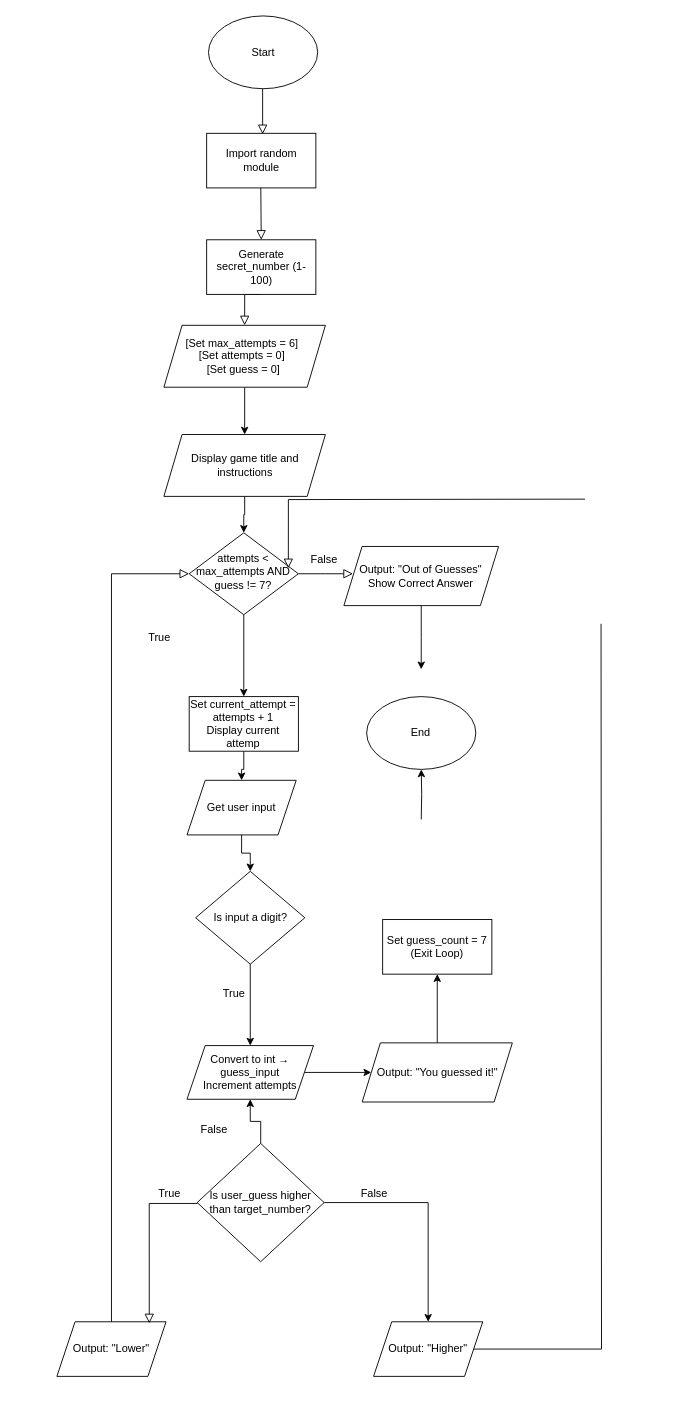
This is Untitled Diagram.drawio from Ali1005772/-ICS3U_S2, a draw.io file, before an edit. Source tidied: cells renumbered, new cells numbered last; positions are measured from the earlier drawing's top-left corner, leaving out a move shared by most shapes. Both pictures are drawn from the tidied source at 91%, with x=0, y=0 at pixel (56, 15).
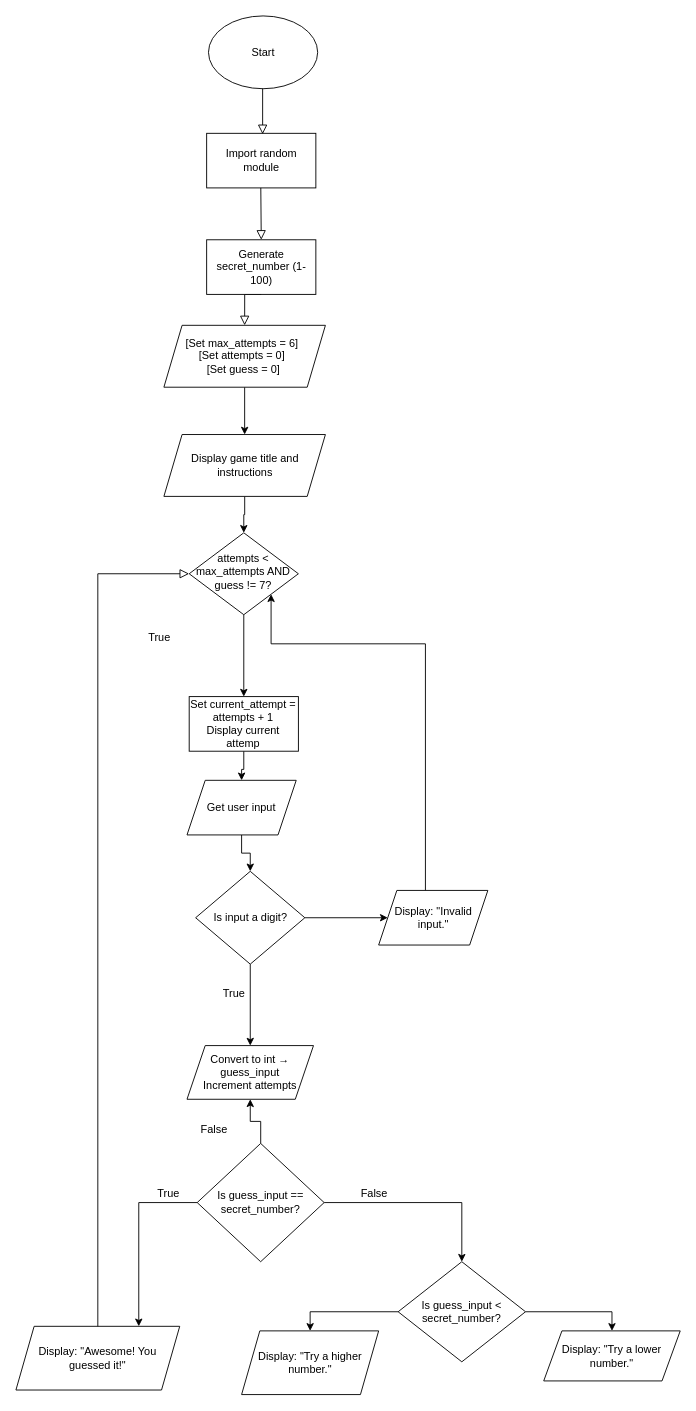
The same page after the edit.

The change refers to these unchanged cells:
```xml
<mxCell id="7" value="attempts &amp;lt; max_attempts AND guess != 7?" style="rhombus;whiteSpace=wrap;html=1;shadow=0;fontFamily=Helvetica;fontSize=12;align=center;strokeWidth=1;spacing=6;spacingTop=-4;" parent="1" vertex="1">
  <mxGeometry x="145.4" y="568" width="120" height="90" as="geometry" />
</mxCell>
<mxCell id="42" value="Is input a digit?" style="rhombus;whiteSpace=wrap;html=1;" parent="1" vertex="1">
  <mxGeometry x="152.5" y="940" width="120" height="102" as="geometry" />
</mxCell>
<mxCell id="44" value="Convert to int → guess_input&lt;div&gt;Increment attempts&lt;/div&gt;" style="shape=parallelogram;perimeter=parallelogramPerimeter;whiteSpace=wrap;html=1;fixedSize=1;" parent="1" vertex="1">
  <mxGeometry x="143" y="1131.5" width="139" height="59" as="geometry" />
</mxCell>
```

The edit, as a diff of the source:
```diff
@@
-    <mxCell id="8" style="rounded=0;html=1;jettySize=auto;fontSize=11;endArrow=block;endFill=0;endSize=8;strokeWidth=1;shadow=0;labelBackgroundColor=none;edgeStyle=orthogonalEdgeStyle;exitX=1;exitY=0.5;exitDx=0;exitDy=0;" parent="1" edge="1" source="7">
-      <mxGeometry relative="1" as="geometry">
-        <mxPoint x="325.4" y="613" as="targetPoint" />
-      </mxGeometry>
-    </mxCell>
-    <mxCell id="9" style="edgeStyle=orthogonalEdgeStyle;rounded=0;jettySize=auto;html=1;entryX=0.5;entryY=0;entryDx=0;entryDy=0;" parent="1" edge="1" source="10">
-      <mxGeometry relative="1" as="geometry">
-        <mxPoint x="400.4" y="718" as="targetPoint" />
-      </mxGeometry>
-    </mxCell>
-    <mxCell id="10" value="Output: &quot;Out of Guesses&quot;&lt;div&gt;Show Correct Answer&lt;/div&gt;" style="shape=parallelogram;perimeter=parallelogramPerimeter;whiteSpace=wrap;html=1;fixedSize=1;" parent="1" vertex="1">
-      <mxGeometry x="315.4" y="583" width="170" height="65" as="geometry" />
-    </mxCell>
@@
-    <mxCell id="12" value="End" style="ellipse;whiteSpace=wrap;html=1;" parent="1" vertex="1">
-      <mxGeometry x="340.4" y="748" width="120" height="80" as="geometry" />
-    </mxCell>
@@
-    <mxCell id="18" style="edgeStyle=orthogonalEdgeStyle;rounded=0;jettySize=auto;html=1;entryX=0.5;entryY=0;entryDx=0;entryDy=0;" parent="1" edge="1" source="20" target="22">
-      <mxGeometry relative="1" as="geometry" />
-    </mxCell>
@@
+    <mxCell id="27" style="edgeStyle=orthogonalEdgeStyle;rounded=0;jettySize=auto;html=1;entryX=0.75;entryY=0;entryDx=0;entryDy=0;" parent="1" edge="1" source="20" target="23">
+      <mxGeometry relative="1" as="geometry" />
+    </mxCell>
+    <mxCell id="45" style="edgeStyle=orthogonalEdgeStyle;rounded=0;jettySize=auto;html=1;entryX=0.5;entryY=0;entryDx=0;entryDy=0;" parent="1" edge="1" source="20" target="49">
+      <mxGeometry relative="1" as="geometry" />
+    </mxCell>
-    <mxCell id="20" value="Is user_guess higher than target_number?" style="rhombus;whiteSpace=wrap;html=1;" parent="1" vertex="1">
+    <mxCell id="20" value="Is guess_input == secret_number?" style="rhombus;whiteSpace=wrap;html=1;" parent="1" vertex="1">
       <mxGeometry x="154.2" y="1239" width="139.5" height="130" as="geometry" />
     </mxCell>
-    <mxCell id="21" style="edgeStyle=orthogonalEdgeStyle;rounded=0;jettySize=auto;html=1;endArrow=none;startFill=0;" parent="1" edge="1" source="22">
-      <mxGeometry relative="1" as="geometry">
-        <mxPoint x="598" y="668" as="targetPoint" />
-      </mxGeometry>
-    </mxCell>
-    <mxCell id="22" value="Output: &quot;Higher&quot;" style="shape=parallelogram;perimeter=parallelogramPerimeter;whiteSpace=wrap;html=1;fixedSize=1;" parent="1" vertex="1">
-      <mxGeometry x="348" y="1435" width="120" height="60" as="geometry" />
-    </mxCell>
-    <mxCell id="23" value="Output: &quot;Lower&quot;" style="shape=parallelogram;perimeter=parallelogramPerimeter;whiteSpace=wrap;html=1;fixedSize=1;" parent="1" vertex="1">
-      <mxGeometry y="1435" width="120" height="60" as="geometry" />
+    <mxCell id="23" value="Display: &quot;Awesome! You guessed it!&quot;" style="shape=parallelogram;perimeter=parallelogramPerimeter;whiteSpace=wrap;html=1;fixedSize=1;" parent="1" vertex="1">
+      <mxGeometry x="-45" y="1440" width="180" height="70" as="geometry" />
     </mxCell>
-    <mxCell id="24" style="edgeStyle=orthogonalEdgeStyle;rounded=0;jettySize=auto;html=1;entryX=0.5;entryY=1;entryDx=0;entryDy=0;" parent="1" edge="1" target="12">
-      <mxGeometry relative="1" as="geometry">
-        <mxPoint x="400.4" y="883" as="sourcePoint" />
-      </mxGeometry>
-    </mxCell>
-    <mxCell id="25" value="Set guess_count = 7 (Exit Loop)" style="rounded=0;whiteSpace=wrap;html=1;" parent="1" vertex="1">
-      <mxGeometry x="358" y="993" width="120" height="60" as="geometry" />
-    </mxCell>
@@
-    <mxCell id="27" style="rounded=0;html=1;jettySize=auto;fontSize=11;endArrow=block;endFill=0;endSize=8;strokeWidth=1;shadow=0;labelBackgroundColor=none;edgeStyle=orthogonalEdgeStyle;exitX=0;exitY=0.5;exitDx=0;exitDy=0;entryX=0.846;entryY=0.029;entryDx=0;entryDy=0;entryPerimeter=0;" parent="1" edge="1" source="20" target="23">
-      <mxGeometry relative="1" as="geometry">
-        <Array as="points">
-          <mxPoint x="102" y="1305" />
-        </Array>
-      </mxGeometry>
-    </mxCell>
@@
-    <mxCell id="31" style="edgeStyle=orthogonalEdgeStyle;rounded=0;jettySize=auto;html=1;" parent="1" edge="1" source="32" target="25">
-      <mxGeometry relative="1" as="geometry" />
-    </mxCell>
-    <mxCell id="32" value="Output: &quot;You guessed it!&quot;" style="shape=parallelogram;perimeter=parallelogramPerimeter;whiteSpace=wrap;html=1;fixedSize=1;" parent="1" vertex="1">
-      <mxGeometry x="335.5" y="1128.5" width="165" height="65" as="geometry" />
-    </mxCell>
@@
-    <mxCell id="35" style="rounded=0;html=1;jettySize=auto;fontSize=11;endArrow=block;endFill=0;endSize=8;strokeWidth=1;shadow=0;labelBackgroundColor=none;edgeStyle=orthogonalEdgeStyle;entryX=0.908;entryY=0.433;entryDx=0;entryDy=0;entryPerimeter=0;" parent="1" edge="1" target="7">
-      <mxGeometry relative="1" as="geometry">
-        <mxPoint x="580.4" y="531" as="sourcePoint" />
-      </mxGeometry>
-    </mxCell>
-    <mxCell id="36" value="False" style="text;strokeColor=none;align=center;fillColor=none;html=1;verticalAlign=middle;whiteSpace=wrap;rounded=0;" parent="1" vertex="1">
-      <mxGeometry x="264.4" y="583" width="60" height="30" as="geometry" />
-    </mxCell>
     <mxCell id="37" value="True" style="text;strokeColor=none;align=center;fillColor=none;html=1;verticalAlign=middle;whiteSpace=wrap;rounded=0;" parent="1" vertex="1">
-      <mxGeometry x="94.2" y="1279" width="60" height="30" as="geometry" />
+      <mxGeometry x="92.5" y="1279" width="60" height="30" as="geometry" />
     </mxCell>
@@
+    <mxCell id="46" style="edgeStyle=orthogonalEdgeStyle;rounded=0;jettySize=auto;html=1;entryX=0;entryY=0.5;entryDx=0;entryDy=0;" parent="1" edge="1" source="42" target="53">
+      <mxGeometry relative="1" as="geometry" />
+    </mxCell>
@@
-    <mxCell id="43" style="edgeStyle=orthogonalEdgeStyle;rounded=0;jettySize=auto;html=1;entryX=0;entryY=0.5;entryDx=0;entryDy=0;" parent="1" edge="1" source="44" target="32">
-      <mxGeometry relative="1" as="geometry" />
-    </mxCell>
@@
+    <mxCell id="47" style="edgeStyle=orthogonalEdgeStyle;rounded=0;jettySize=auto;html=1;entryX=0.5;entryY=0;entryDx=0;entryDy=0;" parent="1" edge="1" source="49" target="50">
+      <mxGeometry relative="1" as="geometry" />
+    </mxCell>
+    <mxCell id="48" style="edgeStyle=orthogonalEdgeStyle;rounded=0;jettySize=auto;html=1;entryX=0.5;entryY=0;entryDx=0;entryDy=0;" parent="1" edge="1" source="49" target="51">
+      <mxGeometry relative="1" as="geometry" />
+    </mxCell>
+    <mxCell id="49" value="Is guess_input &lt; secret_number?" style="rhombus;whiteSpace=wrap;html=1;" parent="1" vertex="1">
+      <mxGeometry x="375" y="1369" width="140" height="110" as="geometry" />
+    </mxCell>
+    <mxCell id="50" value="Display: &quot;Try a higher number.&quot;" style="shape=parallelogram;perimeter=parallelogramPerimeter;whiteSpace=wrap;html=1;fixedSize=1;" parent="1" vertex="1">
+      <mxGeometry x="203" y="1445" width="150.6" height="70" as="geometry" />
+    </mxCell>
+    <mxCell id="51" value="Display: &quot;Try a lower number.&quot;" style="shape=parallelogram;perimeter=parallelogramPerimeter;whiteSpace=wrap;html=1;fixedSize=1;" parent="1" vertex="1">
+      <mxGeometry x="535" y="1445" width="150" height="55" as="geometry" />
+    </mxCell>
+    <mxCell id="52" style="edgeStyle=orthogonalEdgeStyle;rounded=0;jettySize=auto;html=1;entryX=1;entryY=1;entryDx=0;entryDy=0;" parent="1" edge="1" source="53" target="7">
+      <mxGeometry relative="1" as="geometry">
+        <Array as="points">
+          <mxPoint x="405" y="690" />
+          <mxPoint x="235" y="690" />
+        </Array>
+      </mxGeometry>
+    </mxCell>
+    <mxCell id="53" value="Display: &quot;Invalid input.&quot;" style="shape=parallelogram;perimeter=parallelogramPerimeter;whiteSpace=wrap;html=1;fixedSize=1;" parent="1" vertex="1">
+      <mxGeometry x="353.6" y="961" width="120" height="60" as="geometry" />
+    </mxCell>
```
